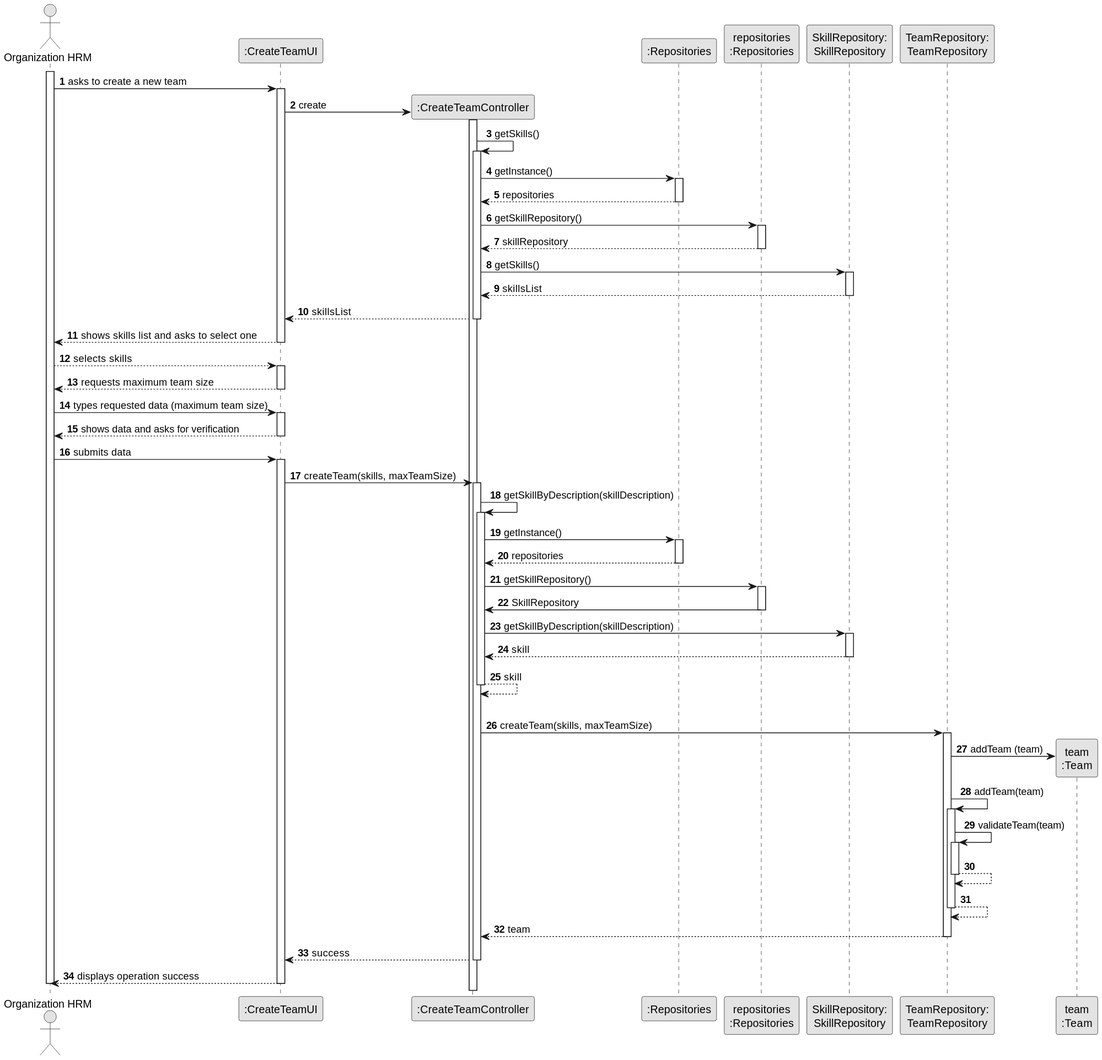
Before: docs/sprintB/us005/03.design/svg/us005-sequence-diagram-full.svg, a diagram exported from PlantUML (ricardomm7/leaflink).
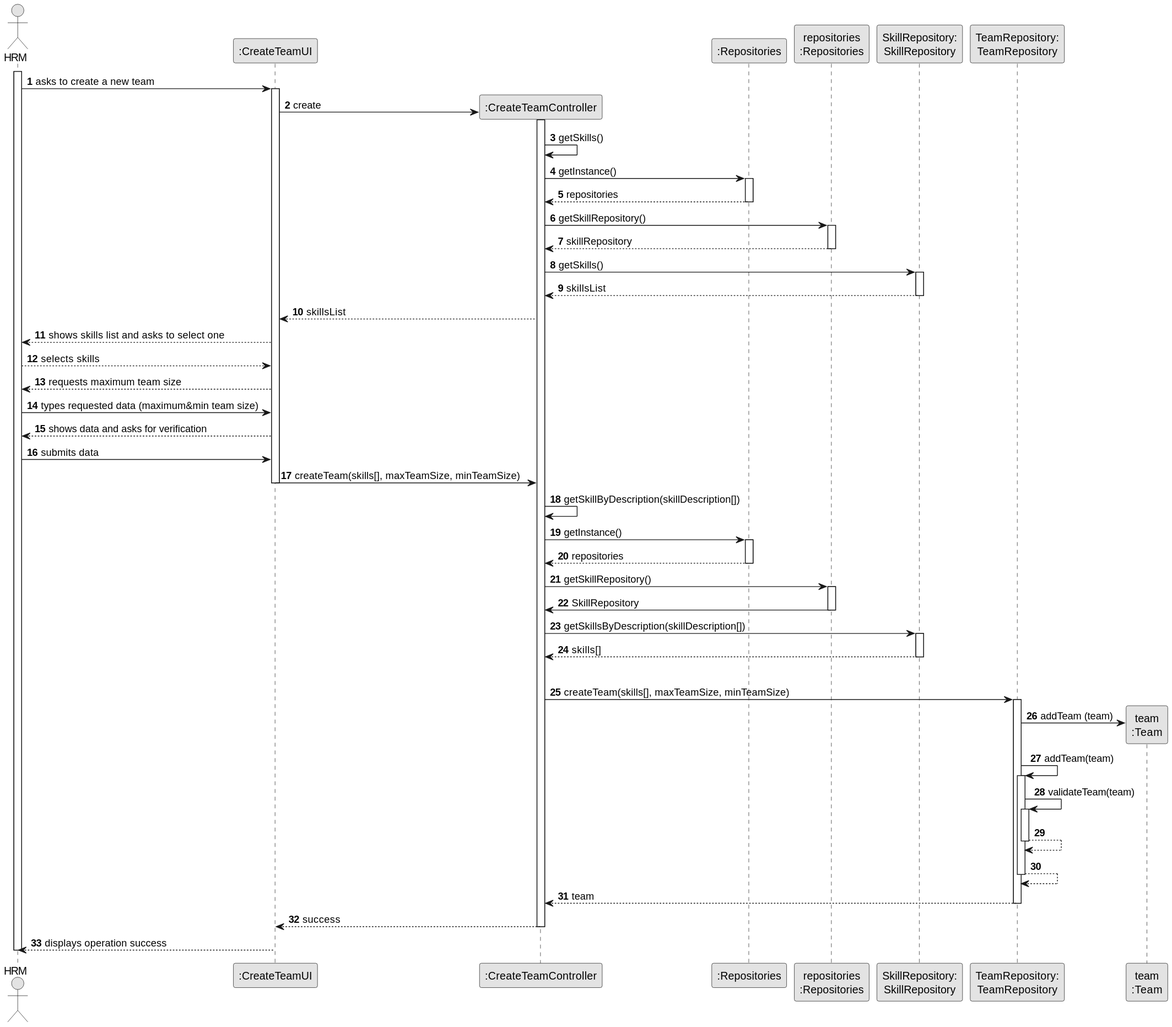
After the change.

The edit, as a diff of the source:
```diff
@@ -5,7 +5,7 @@
 
 autonumber
 
-actor "Organization HRM" as ADM
+actor "HRM" as ADM
 participant ":CreateTeamUI" as UI
 participant ":CreateTeamController" as CTRL
 participant ":Repositories" as RepositorySingleton
@@ -24,7 +24,6 @@
                 activate CTRL
 
                     CTRL -> CTRL : getSkills()
-                    activate CTRL
 
                     CTRL -> RepositorySingleton : getInstance()
                     activate RepositorySingleton
@@ -45,31 +44,23 @@
                     deactivate SkillRepository
 
                     CTRL --> UI : skillsList
-                deactivate CTRL
 
                 UI --> ADM : shows skills list and asks to select one
-            deactivate UI
 
         ADM --> UI : selects skills
-        activate UI
 
         UI --> ADM : requests maximum team size
-    deactivate UI
 
-    ADM -> UI : types requested data (maximum team size)
-    activate UI
+    ADM -> UI : types requested data (maximum&min team size)
 
         UI --> ADM : shows data and asks for verification
-    deactivate UI
 
     ADM -> UI : submits data
-    activate UI
 
-        UI -> CTRL : createTeam(skills, maxTeamSize)
-        activate CTRL
+        UI -> CTRL : createTeam(skills[], maxTeamSize, minTeamSize)
+        deactivate UI
 
-            CTRL -> CTRL : getSkillByDescription(skillDescription)
-            activate CTRL
+            CTRL -> CTRL : getSkillByDescription(skillDescription[])
 
                 CTRL -> RepositorySingleton : getInstance()
                 activate RepositorySingleton
@@ -83,17 +74,16 @@
                     PLAT -> CTRL : SkillRepository
                 deactivate PLAT
 
-                CTRL -> SkillRepository : getSkillByDescription(skillDescription)
+                CTRL -> SkillRepository : getSkillsByDescription(skillDescription[])
                 activate SkillRepository
 
-                    SkillRepository --> CTRL : skill
+                    SkillRepository --> CTRL : skills[]
                 deactivate SkillRepository
-                    CTRL --> CTRL : skill
-            deactivate CTRL
+
 
 
             |||
-                CTRL -> TeamRepository: createTeam(skills, maxTeamSize)
+                CTRL -> TeamRepository: createTeam(skills[], maxTeamSize, minTeamSize)
                 activate TeamRepository
 
                 TeamRepository -> Team**: addTeam (team)
```
